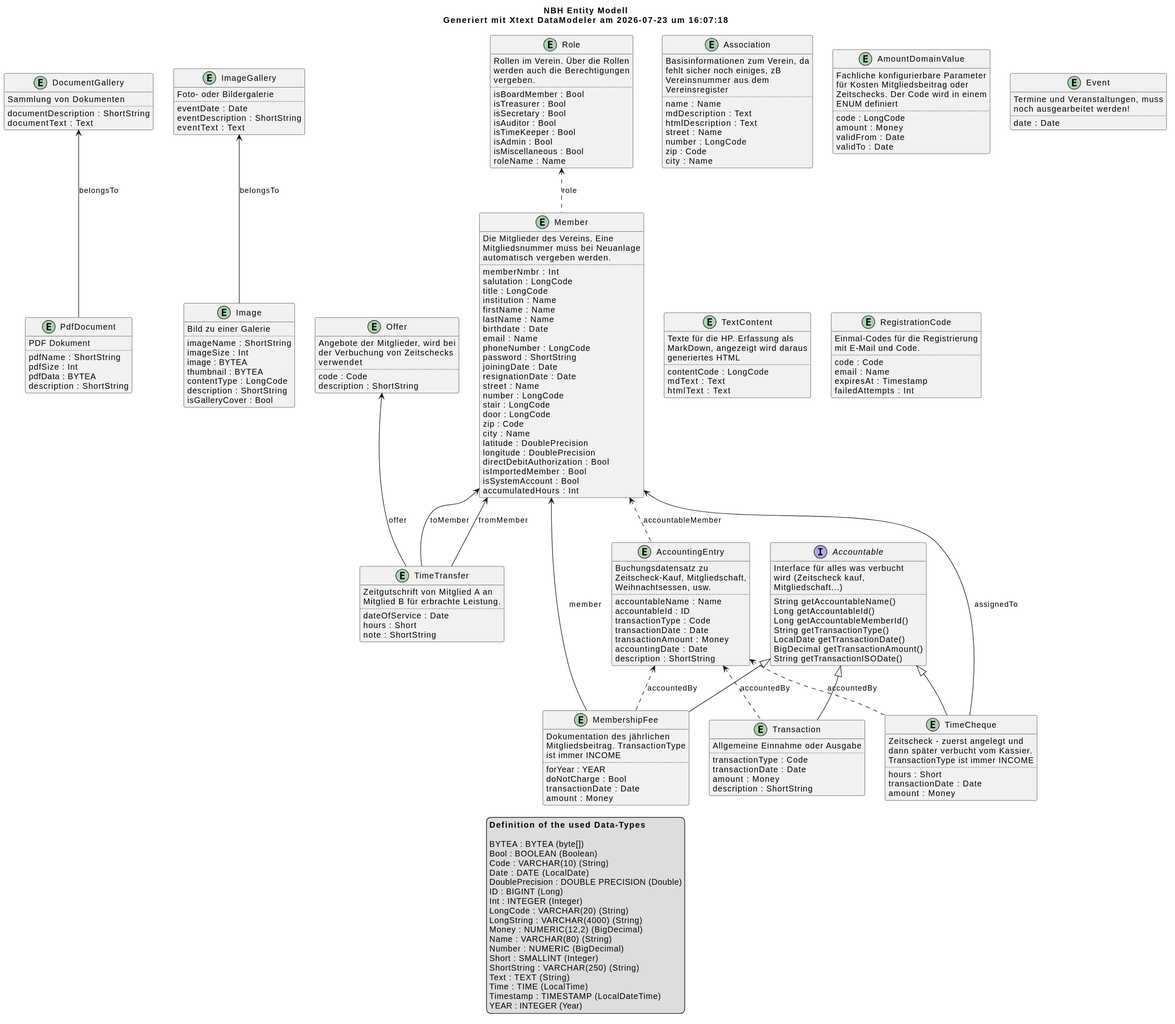
Earlier version of the PlantUML export NBH/NBH Entity Model.svg (nabahilfe/NBHWebApp).
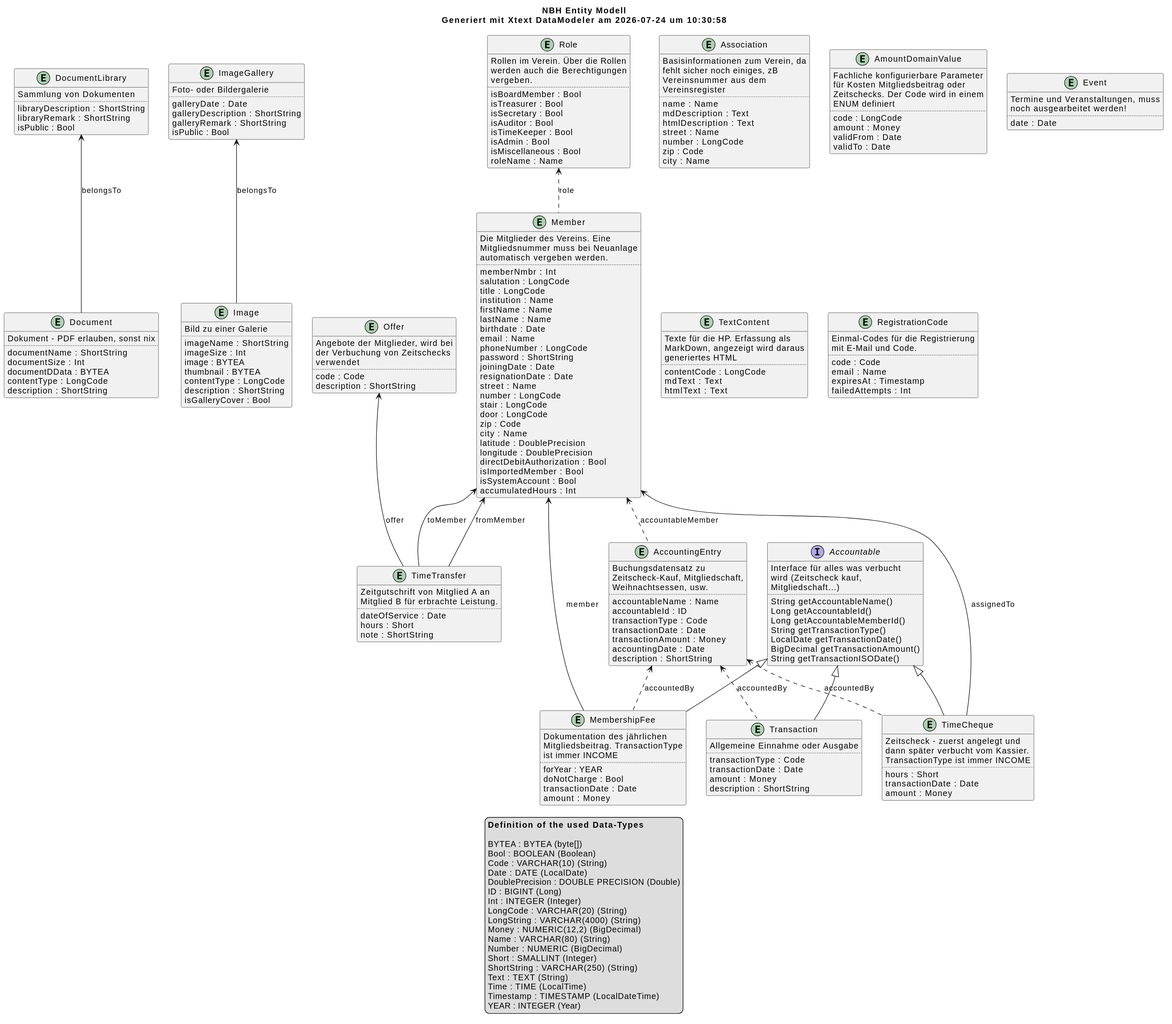
The same file after the commit.

Diff of the diagram source:
```diff
@@ -4,7 +4,7 @@
 
 title
 NBH Entity Modell
-Generiert mit Xtext DataModeler am 2026-07-23 um 16:07:18
+Generiert mit Xtext DataModeler am 2026-07-24 um 10:30:58
 endtitle
 
 entity Association {
@@ -159,9 +159,10 @@
 entity ImageGallery {
     Foto- oder Bildergalerie
     ..
-    {field} eventDate : Date
-    {field} eventDescription : ShortString
-    {field} eventText : Text
+    {field} galleryDate : Date
+    {field} galleryDescription : ShortString
+    {field} galleryRemark : ShortString
+    {field} isPublic : Bool
 }
 entity Image {
     Bild zu einer Galerie
@@ -174,18 +175,20 @@
     {field} description : ShortString
     {field} isGalleryCover : Bool
 }
-entity DocumentGallery {
+entity DocumentLibrary {
     Sammlung von Dokumenten
     ..
-    {field} documentDescription : ShortString
-    {field} documentText : Text
+    {field} libraryDescription : ShortString
+    {field} libraryRemark : ShortString
+    {field} isPublic : Bool
 }
-entity PdfDocument {
-    PDF Dokument
+entity Document {
+    Dokument - PDF erlauben, sonst nix
     ..
-    {field} pdfName : ShortString
-    {field} pdfSize : Int
-    {field} pdfData : BYTEA
+    {field} documentName : ShortString
+    {field} documentSize : Int
+    {field} documentDData : BYTEA
+    {field} contentType : LongCode
     {field} description : ShortString
 }
 
@@ -217,7 +220,7 @@
 Transaction .up.> AccountingEntry : accountedBy
 Transaction -up-|> Accountable
 Image -up-> ImageGallery : belongsTo
-PdfDocument -up-> DocumentGallery : belongsTo
+Document -up-> DocumentLibrary : belongsTo
 
 
 
```
